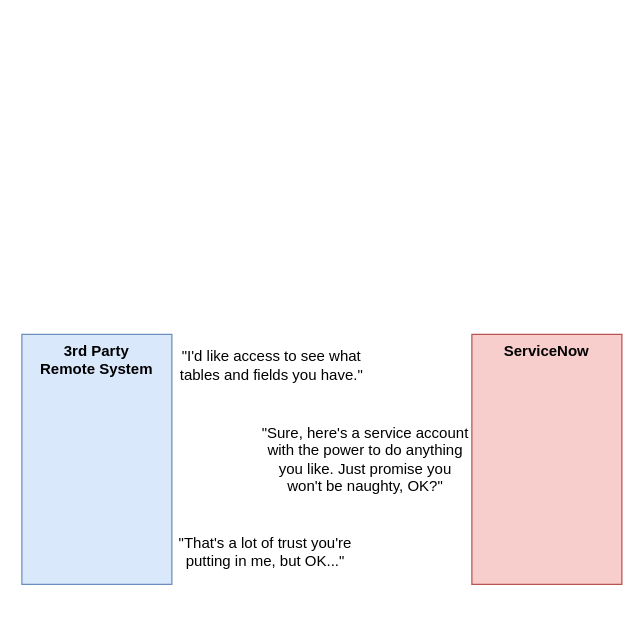
Before: src/posts/2021-11-26-schema-meta-api/diagrams.drawio in towerofpower256/davidmac.pro, a draw.io diagram. Source tidied: cells renumbered, new cells numbered last; positions are measured from the earlier drawing's top-left corner, leaving out a move shared by most shapes. Both pictures are drawn from the tidied source at 125%, with x=0, y=0 at pixel (21, 334).
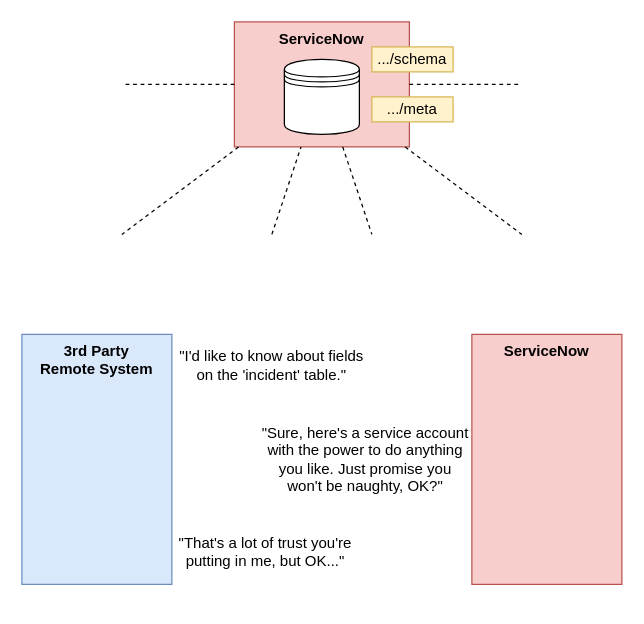
The same diagram, later.

Change to the diagram source:
```diff
@@
-    <mxCell id="4" value="&quot;I'd like access to see what tables and fields you have.&quot;" style="text;html=1;strokeColor=none;fillColor=none;align=center;verticalAlign=middle;whiteSpace=wrap;rounded=0;" parent="1" vertex="1">
+    <mxCell id="4" value="&quot;I'd like to know about fields on the 'incident' table.&quot;" style="text;html=1;strokeColor=none;fillColor=none;align=center;verticalAlign=middle;whiteSpace=wrap;rounded=0;" parent="1" vertex="1">
       <mxGeometry x="120" y="10" width="160" height="30" as="geometry" />
     </mxCell>
@@
+    <mxCell id="7" value="ServiceNow" style="rounded=0;whiteSpace=wrap;html=1;fillColor=#f8cecc;strokeColor=#b85450;fontStyle=1;verticalAlign=top;" parent="1" vertex="1">
+      <mxGeometry x="170" y="-250" width="140" height="100" as="geometry" />
+    </mxCell>
+    <mxCell id="8" value=".../meta" style="rounded=0;whiteSpace=wrap;html=1;fillColor=#fff2cc;strokeColor=#d6b656;" parent="1" vertex="1">
+      <mxGeometry x="280" y="-190" width="65" height="20" as="geometry" />
+    </mxCell>
+    <mxCell id="9" value=".../schema" style="rounded=0;whiteSpace=wrap;html=1;fillColor=#fff2cc;strokeColor=#d6b656;" parent="1" vertex="1">
+      <mxGeometry x="280" y="-230" width="65" height="20" as="geometry" />
+    </mxCell>
+    <mxCell id="10" style="shape=datastore;whiteSpace=wrap;html=1;" parent="1" vertex="1">
+      <mxGeometry x="210" y="-220" width="60" height="60" as="geometry" />
+    </mxCell>
+    <mxCell id="11" style="endArrow=none;dashed=1;html=1;" parent="1" edge="1" source="7">
+      <mxGeometry relative="1" as="geometry">
+        <mxPoint x="400" y="-200" as="targetPoint" />
+      </mxGeometry>
+    </mxCell>
+    <mxCell id="12" style="endArrow=none;dashed=1;html=1;" parent="1" edge="1" source="7">
+      <mxGeometry relative="1" as="geometry">
+        <mxPoint x="400" y="-80" as="targetPoint" />
+      </mxGeometry>
+    </mxCell>
+    <mxCell id="13" style="endArrow=none;dashed=1;html=1;" parent="1" edge="1" source="7">
+      <mxGeometry relative="1" as="geometry">
+        <mxPoint x="80" y="-80" as="targetPoint" />
+      </mxGeometry>
+    </mxCell>
+    <mxCell id="14" style="endArrow=none;dashed=1;html=1;" parent="1" edge="1" source="7">
+      <mxGeometry relative="1" as="geometry">
+        <mxPoint x="280" y="-80" as="targetPoint" />
+      </mxGeometry>
+    </mxCell>
+    <mxCell id="15" style="endArrow=none;dashed=1;html=1;" parent="1" edge="1" target="7">
+      <mxGeometry relative="1" as="geometry">
+        <mxPoint x="200" y="-80" as="sourcePoint" />
+      </mxGeometry>
+    </mxCell>
+    <mxCell id="16" style="endArrow=none;dashed=1;html=1;" parent="1" edge="1" source="7">
+      <mxGeometry relative="1" as="geometry">
+        <mxPoint x="80" y="-200" as="targetPoint" />
+      </mxGeometry>
+    </mxCell>
```
